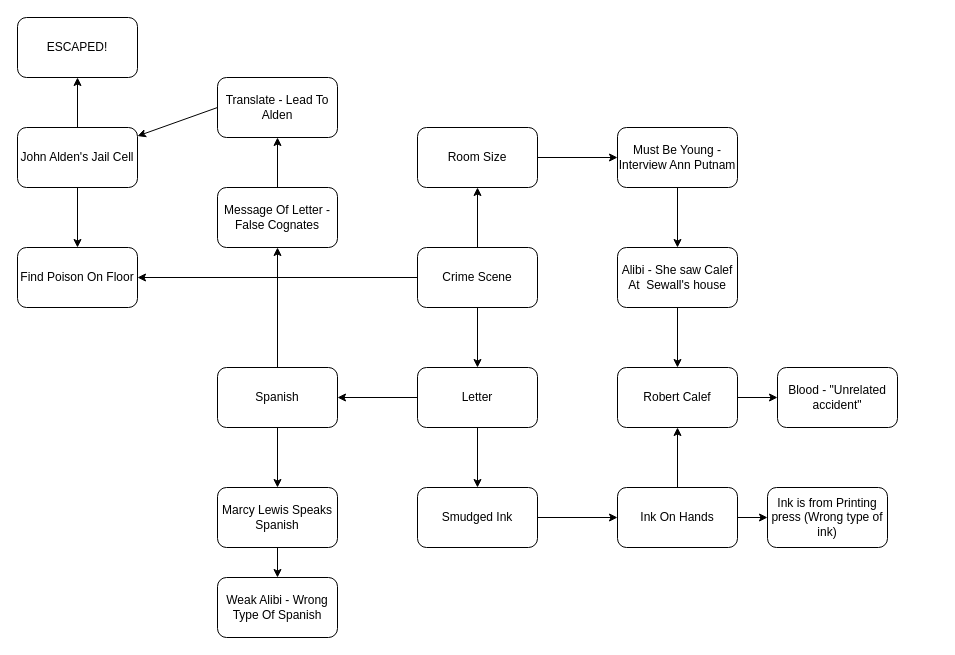
Anomaly0x/Prossecing keeps this draw.io diagram as Untitled Diagram.drawio. Above is the earlier version. Source tidied: cells renumbered, new cells numbered last; positions are measured from the earlier drawing's top-left corner, leaving out a move shared by most shapes. Both pictures are drawn from the tidied source at 100%, with x=0, y=0 at pixel (17, 17).
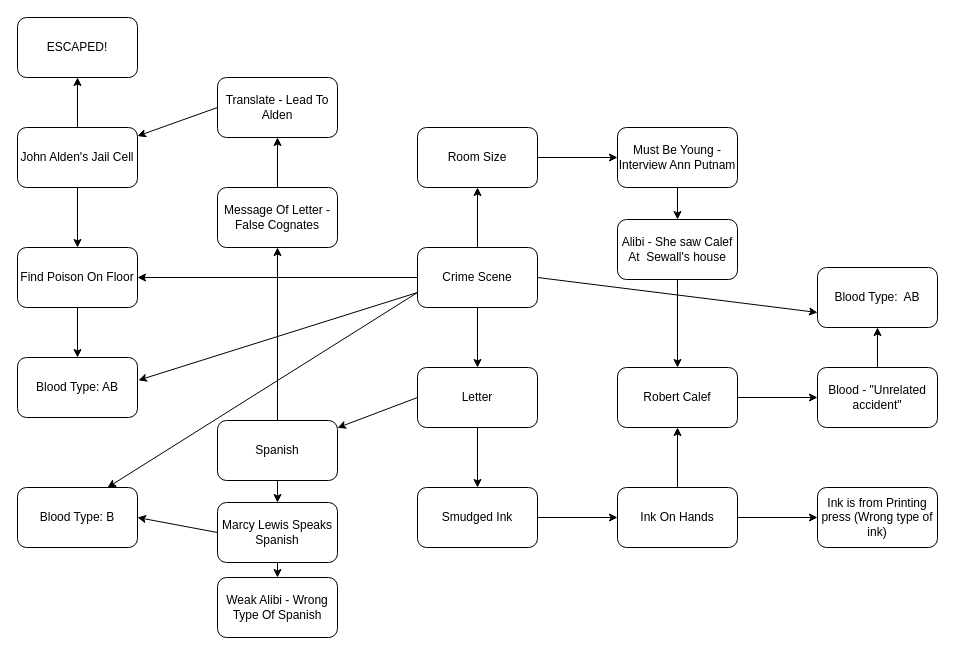
The same diagram, later.

Unchanged cells that the change refers to:
```xml
<mxCell id="2" value="Crime Scene" style="rounded=1;whiteSpace=wrap;html=1;" parent="1" vertex="1">
  <mxGeometry x="400" y="230" width="120" height="60" as="geometry" />
</mxCell>
<mxCell id="33" value="Find Poison On Floor" style="rounded=1;whiteSpace=wrap;html=1;" parent="1" vertex="1">
  <mxGeometry y="230" width="120" height="60" as="geometry" />
</mxCell>
```

Diff of the diagram source:
```diff
@@
     <mxCell id="8" value="Alibi - She saw Calef At&amp;nbsp; Sewall's house" style="rounded=1;whiteSpace=wrap;html=1;" parent="1" vertex="1">
-      <mxGeometry x="600" y="230" width="120" height="60" as="geometry" />
+      <mxGeometry x="600" y="202" width="120" height="60" as="geometry" />
     </mxCell>
@@
     <mxCell id="19" value="Spanish" style="rounded=1;whiteSpace=wrap;html=1;" parent="1" vertex="1">
-      <mxGeometry x="200" y="350" width="120" height="60" as="geometry" />
+      <mxGeometry x="200" y="403" width="120" height="60" as="geometry" />
     </mxCell>
@@
     <mxCell id="21" value="Marcy Lewis Speaks Spanish" style="rounded=1;whiteSpace=wrap;html=1;" parent="1" vertex="1">
-      <mxGeometry x="200" y="470" width="120" height="60" as="geometry" />
+      <mxGeometry x="200" y="485" width="120" height="60" as="geometry" />
     </mxCell>
@@
     <mxCell id="36" value="Ink is from Printing press (Wrong type of ink)" style="rounded=1;whiteSpace=wrap;html=1;" parent="1" vertex="1">
-      <mxGeometry x="750" y="470" width="120" height="60" as="geometry" />
+      <mxGeometry x="800" y="470" width="120" height="60" as="geometry" />
     </mxCell>
     <mxCell id="37" value="Blood - &quot;Unrelated accident&quot;" style="rounded=1;whiteSpace=wrap;html=1;" parent="1" vertex="1">
-      <mxGeometry x="760" y="350" width="120" height="60" as="geometry" />
+      <mxGeometry x="800" y="350" width="120" height="60" as="geometry" />
     </mxCell>
@@
+    <mxCell id="39" value="Blood Type: AB" style="rounded=1;whiteSpace=wrap;html=1;" parent="1" vertex="1">
+      <mxGeometry y="340" width="120" height="60" as="geometry" />
+    </mxCell>
+    <mxCell id="40" style="endArrow=classic;html=1;rounded=0;exitX=0.5;exitY=1;exitDx=0;exitDy=0;" parent="1" edge="1" source="33" target="39">
+      <mxGeometry relative="1" as="geometry" />
+    </mxCell>
+    <mxCell id="41" style="endArrow=classic;html=1;rounded=0;exitX=0;exitY=0.75;exitDx=0;exitDy=0;entryX=1.008;entryY=0.379;entryDx=0;entryDy=0;entryPerimeter=0;" parent="1" edge="1" source="2" target="39">
+      <mxGeometry relative="1" as="geometry" />
+    </mxCell>
+    <mxCell id="42" value="Blood Type:&amp;nbsp; AB" style="rounded=1;whiteSpace=wrap;html=1;" parent="1" vertex="1">
+      <mxGeometry x="800" y="250" width="120" height="60" as="geometry" />
+    </mxCell>
+    <mxCell id="43" style="endArrow=classic;html=1;rounded=0;exitX=0.5;exitY=0;exitDx=0;exitDy=0;" parent="1" edge="1" source="37" target="42">
+      <mxGeometry relative="1" as="geometry" />
+    </mxCell>
+    <mxCell id="44" style="endArrow=classic;html=1;rounded=0;exitX=1;exitY=0.5;exitDx=0;exitDy=0;entryX=0;entryY=0.75;entryDx=0;entryDy=0;" parent="1" edge="1" source="2" target="42">
+      <mxGeometry relative="1" as="geometry" />
+    </mxCell>
+    <mxCell id="45" value="Blood Type: B" style="rounded=1;whiteSpace=wrap;html=1;" parent="1" vertex="1">
+      <mxGeometry y="470" width="120" height="60" as="geometry" />
+    </mxCell>
+    <mxCell id="46" style="endArrow=classic;html=1;rounded=0;exitX=0;exitY=0.5;exitDx=0;exitDy=0;entryX=1;entryY=0.5;entryDx=0;entryDy=0;" parent="1" edge="1" source="21" target="45">
+      <mxGeometry relative="1" as="geometry" />
+    </mxCell>
+    <mxCell id="47" style="endArrow=classic;html=1;rounded=0;entryX=0.75;entryY=0;entryDx=0;entryDy=0;exitX=0;exitY=0.75;exitDx=0;exitDy=0;" parent="1" edge="1" source="2" target="45">
+      <mxGeometry relative="1" as="geometry" />
+    </mxCell>
```
